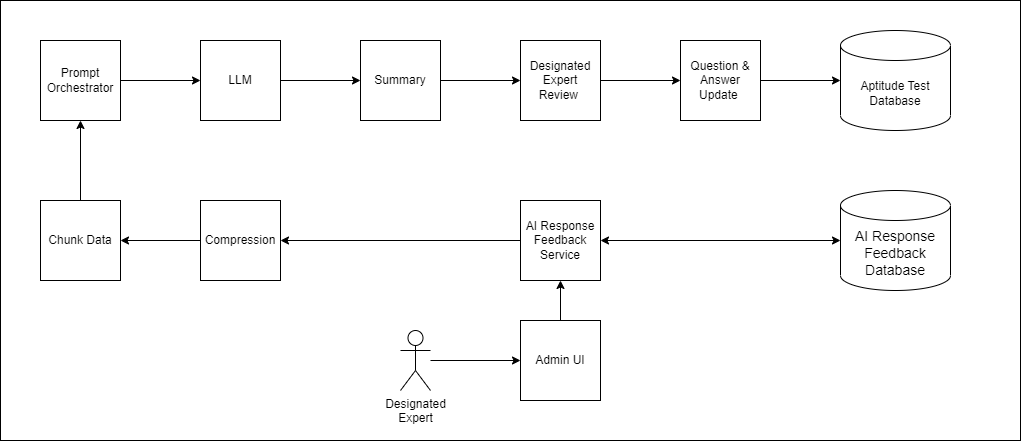
mmat1/skynet-ai-2025 keeps this draw.io diagram as diagrams/admin-expert-ai-refinement.drawio.png. Above is the earlier version. Source tidied: cells renumbered, new cells last; positions are measured from the earlier drawing's top-left corner, leaving out a move shared by most shapes.
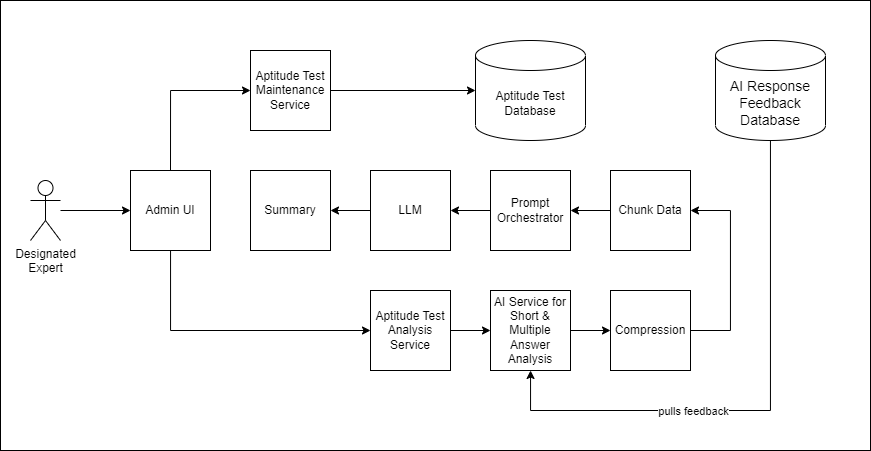
Later version of the same file.

Change to the diagram source:
```diff
@@ -3,76 +3,93 @@
     <mxCell id="0" />
     <mxCell id="1" parent="0" />
     <mxCell id="2" style="rounded=0;whiteSpace=wrap;html=1;" parent="1" vertex="1">
-      <mxGeometry width="1020" height="440" as="geometry" />
+      <mxGeometry x="-50" y="-90" width="870" height="450" as="geometry" />
     </mxCell>
-    <mxCell id="3" style="edgeStyle=orthogonalEdgeStyle;rounded=0;jettySize=auto;html=1;entryX=1;entryY=0.5;entryDx=0;entryDy=0;startArrow=classic;startFill=1;" parent="1" edge="1" source="4" target="23">
-      <mxGeometry relative="1" as="geometry" />
-    </mxCell>
     <mxCell id="4" value="&lt;span style=&quot;font-size: 14px;&quot;&gt;AI Response Feedback Database&lt;br&gt;&lt;/span&gt;" style="shape=cylinder3;whiteSpace=wrap;html=1;boundedLbl=1;backgroundOutline=1;size=15;strokeColor=default;align=center;verticalAlign=middle;fontFamily=Helvetica;fontSize=12;fontColor=default;fillColor=default;" parent="1" vertex="1">
-      <mxGeometry x="840" y="190" width="110" height="100" as="geometry" />
+      <mxGeometry x="665" y="-50" width="110" height="100" as="geometry" />
     </mxCell>
     <mxCell id="5" style="edgeStyle=orthogonalEdgeStyle;rounded=0;jettySize=auto;html=1;" parent="1" edge="1" source="6" target="7">
       <mxGeometry relative="1" as="geometry" />
     </mxCell>
     <mxCell id="6" value="Prompt Orchestrator" style="whiteSpace=wrap;html=1;" parent="1" vertex="1">
-      <mxGeometry x="40" y="40" width="80" height="80" as="geometry" />
+      <mxGeometry x="440" y="80" width="80" height="80" as="geometry" />
     </mxCell>
     <mxCell id="7" value="LLM" style="whiteSpace=wrap;html=1;" parent="1" vertex="1">
-      <mxGeometry x="200" y="40" width="80" height="80" as="geometry" />
+      <mxGeometry x="320" y="80" width="80" height="80" as="geometry" />
     </mxCell>
     <mxCell id="8" style="edgeStyle=orthogonalEdgeStyle;rounded=0;jettySize=auto;html=1;" parent="1" edge="1" source="9" target="6">
       <mxGeometry relative="1" as="geometry" />
     </mxCell>
     <mxCell id="9" value="Chunk Data" style="whiteSpace=wrap;html=1;" parent="1" vertex="1">
-      <mxGeometry x="40" y="200" width="80" height="80" as="geometry" />
+      <mxGeometry x="560" y="80" width="80" height="80" as="geometry" />
     </mxCell>
-    <mxCell id="10" style="edgeStyle=orthogonalEdgeStyle;rounded=0;jettySize=auto;html=1;exitX=0.5;exitY=0;exitDx=0;exitDy=0;entryX=0.5;entryY=1;entryDx=0;entryDy=0;" parent="1" edge="1" source="11" target="23">
-      <mxGeometry relative="1" as="geometry" />
-    </mxCell>
+    <mxCell id="26" style="edgeStyle=orthogonalEdgeStyle;rounded=0;jettySize=auto;html=1;entryX=0;entryY=0.5;entryDx=0;entryDy=0;" parent="1" edge="1" source="11" target="31">
+      <mxGeometry relative="1" as="geometry">
+        <Array as="points">
+          <mxPoint x="120" y="240" />
+        </Array>
+      </mxGeometry>
+    </mxCell>
+    <mxCell id="27" style="edgeStyle=orthogonalEdgeStyle;rounded=0;jettySize=auto;html=1;exitX=0.5;exitY=0;exitDx=0;exitDy=0;entryX=0;entryY=0.5;entryDx=0;entryDy=0;" parent="1" edge="1" source="11" target="16">
+      <mxGeometry relative="1" as="geometry" />
+    </mxCell>
     <mxCell id="11" value="Admin UI" style="whiteSpace=wrap;html=1;" parent="1" vertex="1">
-      <mxGeometry x="520" y="320" width="80" height="80" as="geometry" />
+      <mxGeometry x="80" y="80" width="80" height="80" as="geometry" />
     </mxCell>
     <mxCell id="12" style="edgeStyle=orthogonalEdgeStyle;rounded=0;jettySize=auto;html=1;entryX=1;entryY=0.5;entryDx=0;entryDy=0;" parent="1" edge="1" source="13" target="9">
-      <mxGeometry relative="1" as="geometry" />
+      <mxGeometry relative="1" as="geometry">
+        <Array as="points">
+          <mxPoint x="680" y="240" />
+          <mxPoint x="680" y="120" />
+        </Array>
+      </mxGeometry>
     </mxCell>
     <mxCell id="13" value="Compression" style="whiteSpace=wrap;html=1;" parent="1" vertex="1">
-      <mxGeometry x="200" y="200" width="80" height="80" as="geometry" />
+      <mxGeometry x="560" y="200" width="80" height="80" as="geometry" />
     </mxCell>
-    <mxCell id="14" style="edgeStyle=orthogonalEdgeStyle;rounded=0;jettySize=auto;html=1;" parent="1" edge="1" source="21" target="16">
-      <mxGeometry relative="1" as="geometry" />
-    </mxCell>
     <mxCell id="15" style="edgeStyle=orthogonalEdgeStyle;rounded=0;jettySize=auto;html=1;" parent="1" edge="1" source="16" target="17">
       <mxGeometry relative="1" as="geometry" />
     </mxCell>
-    <mxCell id="16" value="Question &amp;amp; Answer Update&amp;nbsp;" style="whiteSpace=wrap;html=1;" parent="1" vertex="1">
-      <mxGeometry x="680" y="40" width="80" height="80" as="geometry" />
+    <mxCell id="16" value="Aptitude Test Maintenance Service" style="whiteSpace=wrap;html=1;" parent="1" vertex="1">
+      <mxGeometry x="200" y="-40" width="80" height="80" as="geometry" />
     </mxCell>
     <mxCell id="17" value="Aptitude Test Database" style="shape=cylinder3;whiteSpace=wrap;html=1;boundedLbl=1;backgroundOutline=1;size=15;strokeColor=default;align=center;verticalAlign=middle;fontFamily=Helvetica;fontSize=12;fontColor=default;fillColor=default;" parent="1" vertex="1">
-      <mxGeometry x="840" y="30" width="110" height="100" as="geometry" />
+      <mxGeometry x="425" y="-50" width="110" height="100" as="geometry" />
     </mxCell>
     <mxCell id="18" style="edgeStyle=orthogonalEdgeStyle;rounded=0;jettySize=auto;html=1;" parent="1" edge="1" source="7" target="19">
       <mxGeometry relative="1" as="geometry" />
     </mxCell>
     <mxCell id="19" value="Summary" style="whiteSpace=wrap;html=1;" parent="1" vertex="1">
-      <mxGeometry x="360" y="40" width="80" height="80" as="geometry" />
+      <mxGeometry x="200" y="80" width="80" height="80" as="geometry" />
     </mxCell>
-    <mxCell id="20" style="edgeStyle=orthogonalEdgeStyle;rounded=0;jettySize=auto;html=1;" parent="1" edge="1" source="19" target="21">
-      <mxGeometry relative="1" as="geometry" />
-    </mxCell>
-    <mxCell id="21" value="Designated Expert Review&amp;nbsp;" style="whiteSpace=wrap;html=1;" parent="1" vertex="1">
-      <mxGeometry x="520" y="40" width="80" height="80" as="geometry" />
-    </mxCell>
+    <mxCell id="28" style="edgeStyle=orthogonalEdgeStyle;rounded=0;jettySize=auto;html=1;startArrow=classic;startFill=1;endArrow=none;endFill=0;" parent="1" edge="1" source="23" target="4">
+      <mxGeometry relative="1" as="geometry">
+        <Array as="points">
+          <mxPoint x="480" y="320" />
+          <mxPoint x="720" y="320" />
+        </Array>
+      </mxGeometry>
+    </mxCell>
+    <mxCell id="29" value="pulls feedback" style="edgeLabel;html=1;align=center;verticalAlign=middle;" parent="28" vertex="1">
+      <mxGeometry x="-0.26" relative="1" as="geometry" />
+    </mxCell>
-    <mxCell id="22" style="edgeStyle=orthogonalEdgeStyle;rounded=0;jettySize=auto;html=1;entryX=1;entryY=0.5;entryDx=0;entryDy=0;" parent="1" edge="1" source="23" target="13">
+    <mxCell id="22" style="edgeStyle=orthogonalEdgeStyle;rounded=0;jettySize=auto;html=1;entryX=0;entryY=0.5;entryDx=0;entryDy=0;" parent="1" edge="1" source="23" target="13">
       <mxGeometry relative="1" as="geometry" />
     </mxCell>
-    <mxCell id="23" value="AI Response Feedback Service" style="whiteSpace=wrap;html=1;" parent="1" vertex="1">
-      <mxGeometry x="520" y="200" width="80" height="80" as="geometry" />
+    <mxCell id="23" value="AI Service for Short &amp;amp; Multiple Answer Analysis" style="whiteSpace=wrap;html=1;" parent="1" vertex="1">
+      <mxGeometry x="440" y="200" width="80" height="80" as="geometry" />
     </mxCell>
-    <mxCell id="24" style="edgeStyle=orthogonalEdgeStyle;rounded=0;jettySize=auto;html=1;entryX=0;entryY=0.5;entryDx=0;entryDy=0;" parent="1" edge="1" source="25" target="11">
+    <mxCell id="24" style="edgeStyle=orthogonalEdgeStyle;rounded=0;jettySize=auto;html=1;" parent="1" edge="1" source="25" target="11">
       <mxGeometry relative="1" as="geometry" />
     </mxCell>
     <mxCell id="25" value="Designated&lt;br&gt;Expert" style="shape=umlActor;verticalLabelPosition=bottom;verticalAlign=top;html=1;outlineConnect=0;" parent="1" vertex="1">
-      <mxGeometry x="400" y="330" width="30" height="60" as="geometry" />
+      <mxGeometry x="-20" y="90" width="30" height="60" as="geometry" />
     </mxCell>
+    <mxCell id="30" style="edgeStyle=orthogonalEdgeStyle;rounded=0;jettySize=auto;html=1;" parent="1" edge="1" source="31" target="23">
+      <mxGeometry relative="1" as="geometry" />
+    </mxCell>
+    <mxCell id="31" value="Aptitude Test Analysis Service" style="whiteSpace=wrap;html=1;" parent="1" vertex="1">
+      <mxGeometry x="320" y="200" width="80" height="80" as="geometry" />
+    </mxCell>
   </root>
 </mxGraphModel>
```
